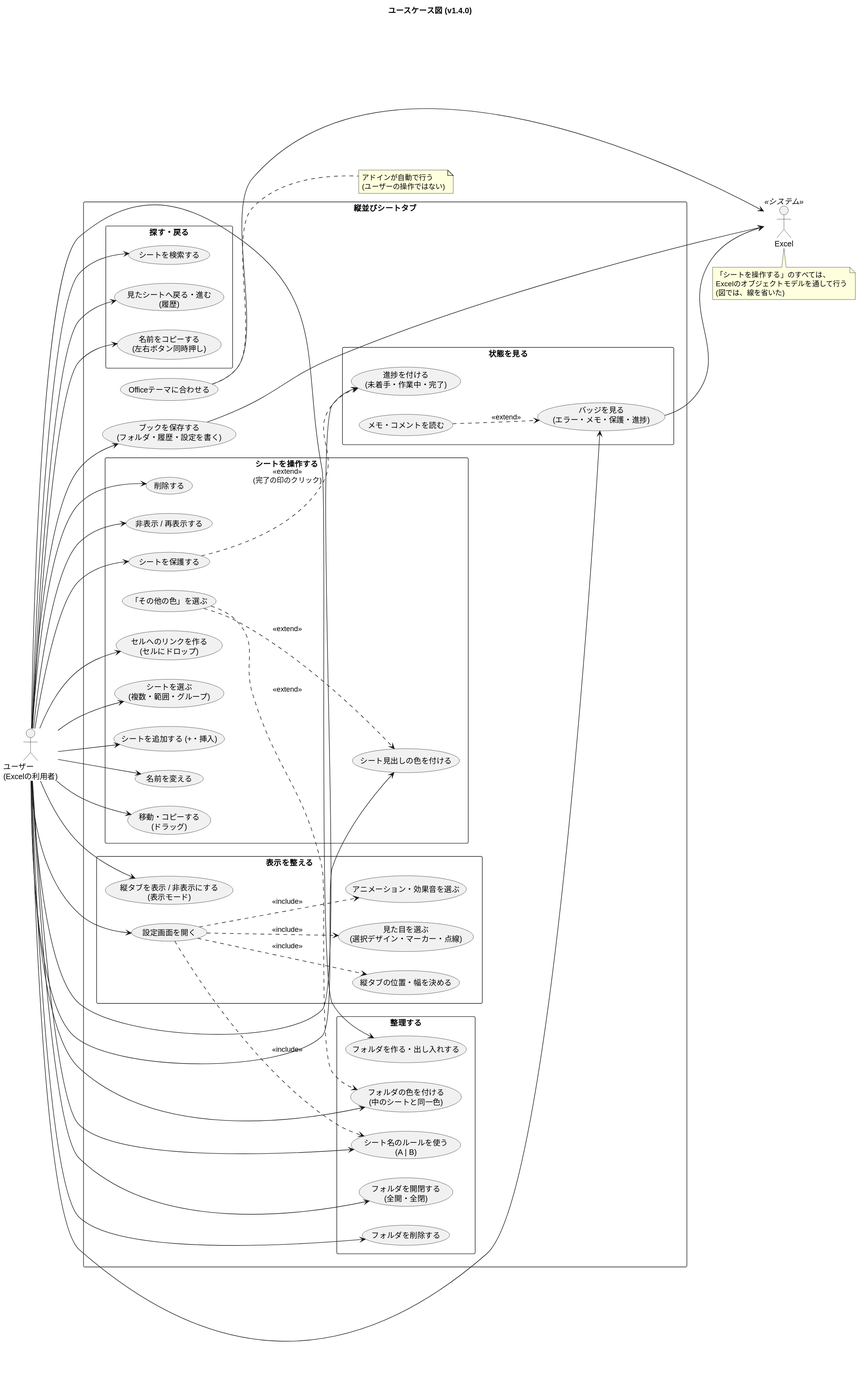
This is docs/usecase.svg from nk-taka623/VerticalSheetTabs, a PlantUML export, as it was before one commit. The source it was exported from:
```plantuml
@startuml
title ユースケース図 (v1.4.0)
left to right direction
skinparam shadowing false
skinparam packageStyle rectangle

actor "ユーザー\n(Excelの利用者)" as U
actor "Excel" as XL <<システム>>

rectangle "縦並びシートタブ" {

  package "シートを操作する" {
    usecase "シートを選ぶ\n(複数・範囲・グループ)" as UC_SEL
    usecase "シートを追加する (+・挿入)" as UC_ADD
    usecase "名前を変える" as UC_REN
    usecase "移動・コピーする\n(ドラッグ)" as UC_MOVE
    usecase "削除する" as UC_DEL
    usecase "非表示 / 再表示する" as UC_HIDE
    usecase "シート見出しの色を付ける" as UC_COLOR
    usecase "「その他の色」を選ぶ" as UC_MORE
    usecase "シートを保護する" as UC_PROT
    usecase "セルへのリンクを作る\n(セルにドロップ)" as UC_LINK
  }

  package "整理する" {
    usecase "フォルダを作る・出し入れする" as UC_FOLDER
    usecase "フォルダを開閉する\n(全開・全閉)" as UC_TOGGLE
    usecase "フォルダの色を付ける\n(中のシートと同一色)" as UC_FCOLOR
    usecase "フォルダを削除する" as UC_FDEL
    usecase "シート名のルールを使う\n(A | B)" as UC_RULE
  }

  package "探す・戻る" {
    usecase "シートを検索する" as UC_SEARCH
    usecase "見たシートへ戻る・進む\n(履歴)" as UC_HIST
    usecase "名前をコピーする\n(左右ボタン同時押し)" as UC_COPY
  }

  package "状態を見る" {
    usecase "バッジを見る\n(エラー・メモ・保護・進捗)" as UC_BADGE
    usecase "メモ・コメントを読む" as UC_MEMO
    usecase "進捗を付ける\n(未着手・作業中・完了)" as UC_PROG
  }

  package "表示を整える" {
    usecase "縦タブを表示 / 非表示にする\n(表示モード)" as UC_MODE
    usecase "縦タブの位置・幅を決める" as UC_SIDE
    usecase "設定画面を開く" as UC_SET
    usecase "見た目を選ぶ\n(選択デザイン・マーカー・点線)" as UC_LOOK
    usecase "アニメーション・効果音を選ぶ" as UC_ANIM
  }

  usecase "ブックを保存する\n(フォルダ・履歴・設定を書く)" as UC_SAVE
  usecase "Officeテーマに合わせる" as UC_THEME
}

U --> UC_SEL
U --> UC_ADD
U --> UC_REN
U --> UC_MOVE
U --> UC_DEL
U --> UC_HIDE
U --> UC_COLOR
U --> UC_PROT
U --> UC_LINK
U --> UC_FOLDER
U --> UC_TOGGLE
U --> UC_FCOLOR
U --> UC_FDEL
U --> UC_RULE
U --> UC_SEARCH
U --> UC_HIST
U --> UC_COPY
U --> UC_BADGE
U --> UC_PROG
U --> UC_MODE
U --> UC_SET
U --> UC_SAVE

UC_MORE ..> UC_COLOR : <<extend>>
UC_MORE ..> UC_FCOLOR : <<extend>>
UC_MEMO ..> UC_BADGE : <<extend>>
UC_PROT ..> UC_PROG : <<extend>>\n(完了の印のクリック)
UC_SET ..> UC_SIDE : <<include>>
UC_SET ..> UC_LOOK : <<include>>
UC_SET ..> UC_ANIM : <<include>>
UC_SET ..> UC_RULE : <<include>>

UC_SAVE --> XL
UC_THEME --> XL
UC_BADGE --> XL

note bottom of XL
  「シートを操作する」のすべては、
  Excelのオブジェクトモデルを通して行う
  (図では、線を省いた)
end note

note right of UC_THEME
  アドインが自動で行う
  (ユーザーの操作ではない)
end note
@enduml
```
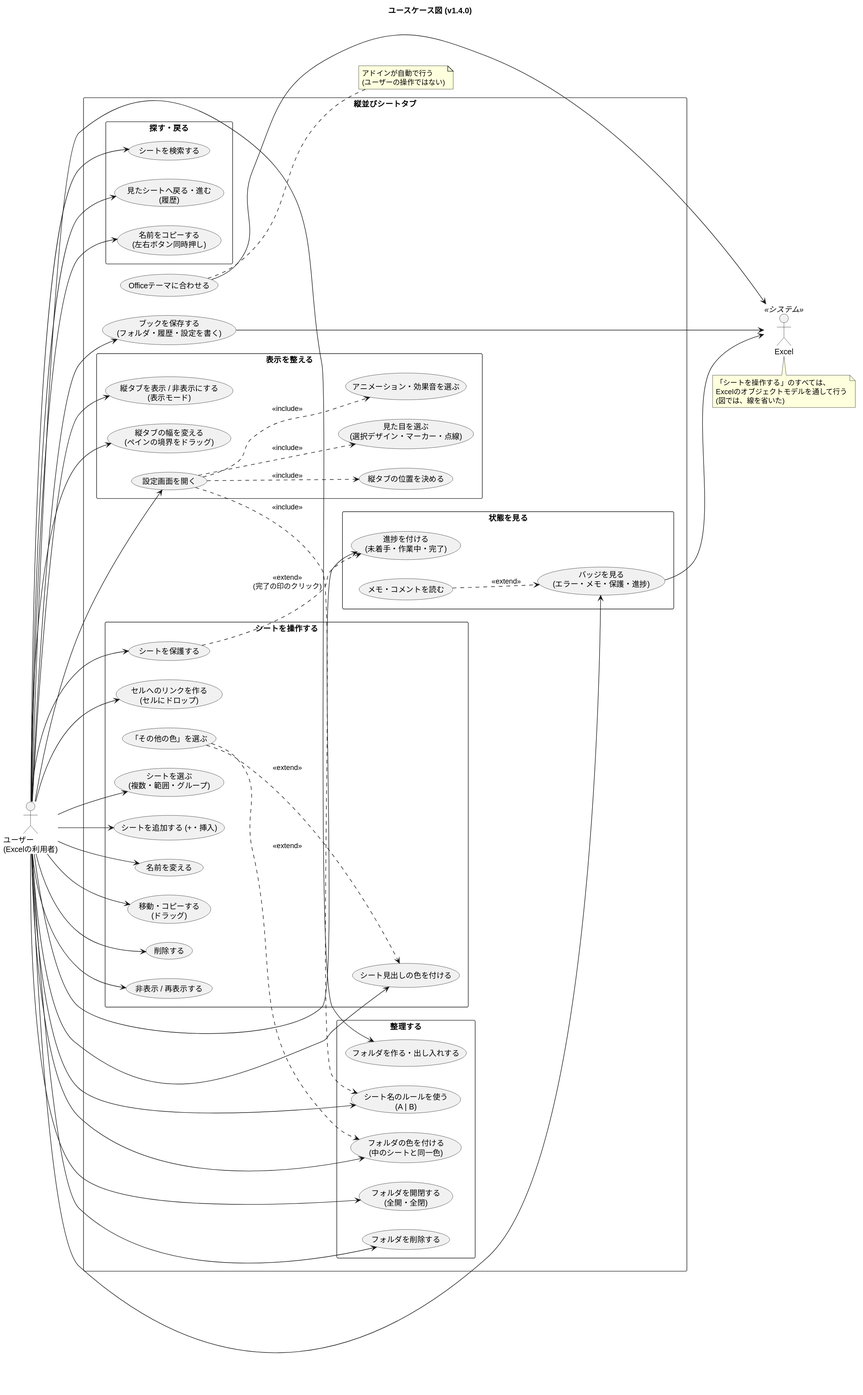
The same diagram one commit later.

Change to the diagram source:
```diff
@@ -44,7 +44,8 @@
 
   package "表示を整える" {
     usecase "縦タブを表示 / 非表示にする\n(表示モード)" as UC_MODE
-    usecase "縦タブの位置・幅を決める" as UC_SIDE
+    usecase "縦タブの位置を決める" as UC_SIDE
+    usecase "縦タブの幅を変える\n(ペインの境界をドラッグ)" as UC_WIDTH
     usecase "設定画面を開く" as UC_SET
     usecase "見た目を選ぶ\n(選択デザイン・マーカー・点線)" as UC_LOOK
     usecase "アニメーション・効果音を選ぶ" as UC_ANIM
@@ -74,6 +75,7 @@
 U --> UC_BADGE
 U --> UC_PROG
 U --> UC_MODE
+U --> UC_WIDTH
 U --> UC_SET
 U --> UC_SAVE
 
```
